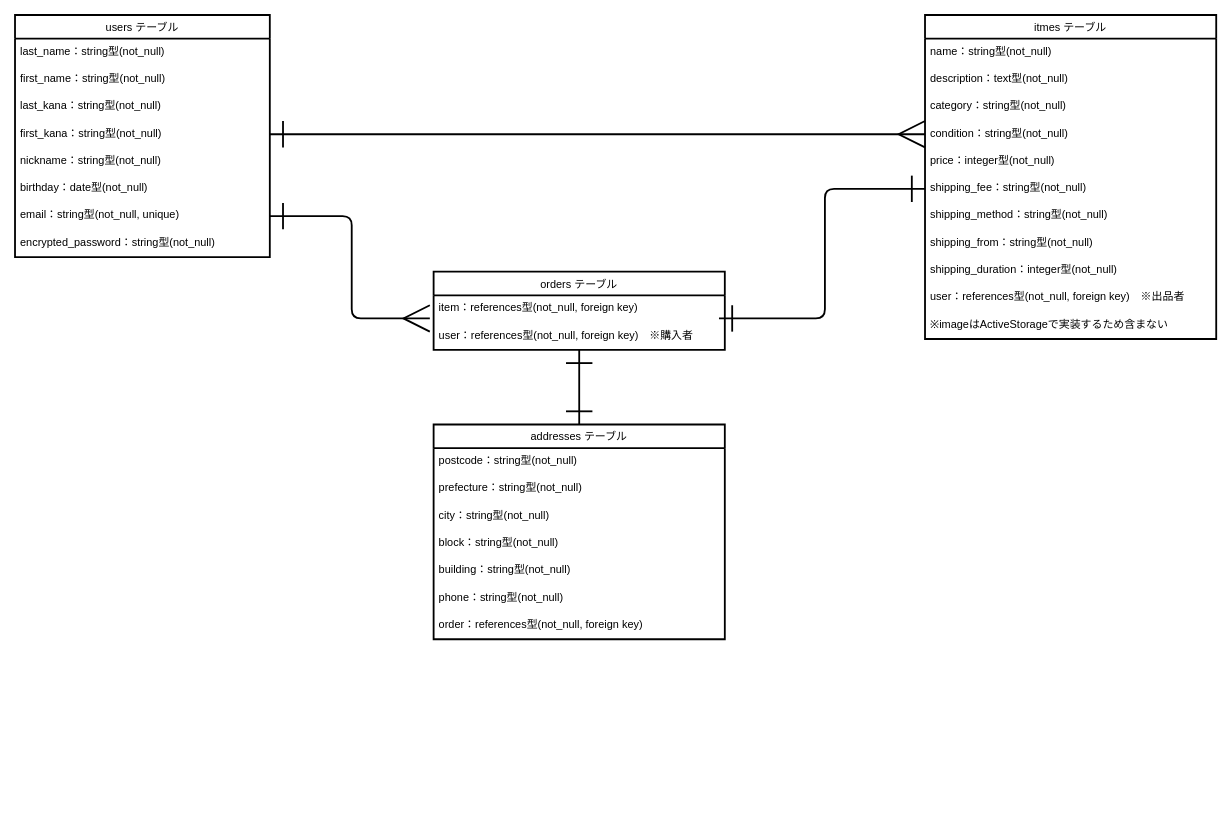
Above: furimaER.dio in sssan-tech/furima-41472 (draw.io), before the change. Source tidied: cells renumbered, new cells numbered last; positions are measured from the earlier drawing's top-left corner, leaving out a move shared by most shapes. Both pictures are drawn from the tidied source at 91%, with x=0, y=0 at pixel (15, 15).
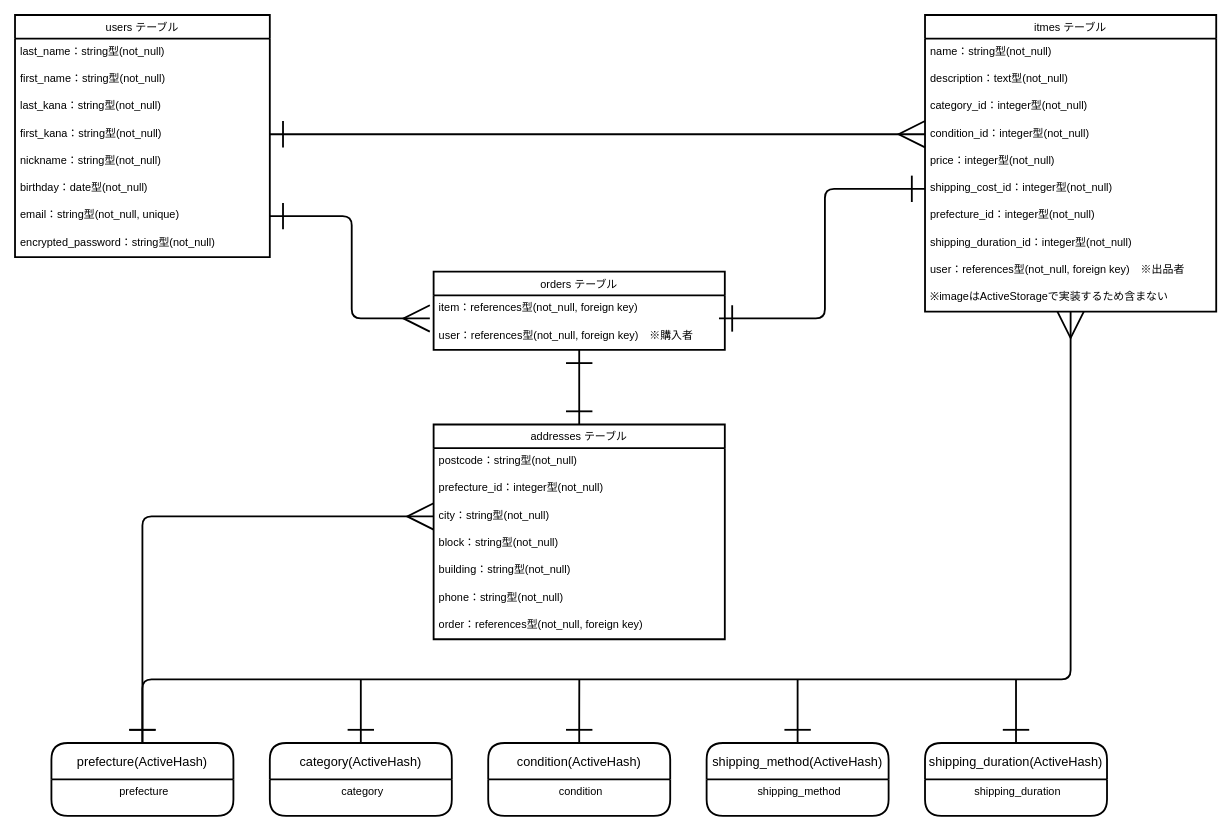
Above is the later version.

Commit message (it also covers changes not shown here):
ActiveHashテーブルの切分けとアソシエーション記載

Unchanged cells that the change refers to:
```xml
<mxCell id="25" value="user：references型(not_null, foreign key)　※購入者" style="text;spacingLeft=4;spacingRight=4;overflow=hidden;points=[[0,0.5],[1,0.5]];portConstraint=eastwest;fontSize=12;labelBackgroundColor=none;labelBorderColor=none;strokeWidth=2;" parent="23" vertex="1">
  <mxGeometry y="56" width="320" height="30" as="geometry" />
</mxCell>
<mxCell id="28" value="addresses テーブル" style="swimlane;fontStyle=0;horizontal=1;startSize=26;align=center;fontSize=12;labelBackgroundColor=none;labelBorderColor=none;strokeWidth=2;swimlaneFillColor=default;" parent="1" vertex="1">
  <mxGeometry x="460" y="450" width="320" height="236" as="geometry" />
</mxCell>
<mxCell id="31" value="city：string型(not_null)&#10;" style="text;spacingLeft=4;spacingRight=4;overflow=hidden;points=[[0,0.5],[1,0.5]];portConstraint=eastwest;fontSize=12;labelBackgroundColor=none;labelBorderColor=none;strokeWidth=2;" parent="28" vertex="1">
  <mxGeometry y="86" width="320" height="30" as="geometry" />
</mxCell>
```

Change to the diagram source:
```diff
@@
     <mxCell id="11" value="itmes テーブル" style="swimlane;fontStyle=0;horizontal=1;startSize=26;align=center;fontSize=12;labelBackgroundColor=none;labelBorderColor=none;strokeWidth=2;swimlaneFillColor=default;gradientColor=none;" parent="1" vertex="1">
-      <mxGeometry x="1000" width="320" height="356" as="geometry" />
+      <mxGeometry x="1000" width="320" height="326" as="geometry" />
     </mxCell>
@@
-    <mxCell id="14" value="category：string型(not_null)" style="text;spacingLeft=4;spacingRight=4;overflow=hidden;fontSize=12;labelBackgroundColor=none;labelBorderColor=none;strokeWidth=2;" parent="11" vertex="1">
+    <mxCell id="14" value="category_id：integer型(not_null)" style="text;spacingLeft=4;spacingRight=4;overflow=hidden;fontSize=12;labelBackgroundColor=none;labelBorderColor=none;strokeWidth=2;" parent="11" vertex="1">
       <mxGeometry y="86" width="320" height="30" as="geometry" />
     </mxCell>
-    <mxCell id="15" value="condition：string型(not_null)" style="text;spacingLeft=4;spacingRight=4;overflow=hidden;points=[[0,0.5],[1,0.5]];portConstraint=eastwest;fontSize=12;labelBackgroundColor=none;labelBorderColor=none;strokeWidth=2;" parent="11" vertex="1">
+    <mxCell id="15" value="condition_id：integer型(not_null)" style="text;spacingLeft=4;spacingRight=4;overflow=hidden;points=[[0,0.5],[1,0.5]];portConstraint=eastwest;fontSize=12;labelBackgroundColor=none;labelBorderColor=none;strokeWidth=2;" parent="11" vertex="1">
       <mxGeometry y="116" width="320" height="30" as="geometry" />
     </mxCell>
@@
-    <mxCell id="17" value="shipping_fee：string型(not_null)" style="text;spacingLeft=4;spacingRight=4;overflow=hidden;points=[[0,0.5],[1,0.5]];portConstraint=eastwest;fontSize=12;labelBackgroundColor=none;labelBorderColor=none;strokeWidth=2;" parent="11" vertex="1">
-      <mxGeometry y="176" width="320" height="30" as="geometry" />
-    </mxCell>
-    <mxCell id="18" value="shipping_method：string型(not_null)&#10;" style="text;spacingLeft=4;spacingRight=4;overflow=hidden;points=[[0,0.5],[1,0.5]];portConstraint=eastwest;fontSize=12;labelBackgroundColor=none;labelBorderColor=none;strokeWidth=2;" parent="11" vertex="1">
-      <mxGeometry y="206" width="320" height="30" as="geometry" />
+    <mxCell id="18" value="shipping_cost_id：integer型(not_null)&#10;" style="text;spacingLeft=4;spacingRight=4;overflow=hidden;points=[[0,0.5],[1,0.5]];portConstraint=eastwest;fontSize=12;labelBackgroundColor=none;labelBorderColor=none;strokeWidth=2;" parent="11" vertex="1">
+      <mxGeometry y="176" width="320" height="30" as="geometry" />
     </mxCell>
-    <mxCell id="19" value="shipping_from：string型(not_null)&#10;" style="text;spacingLeft=4;spacingRight=4;overflow=hidden;fontSize=12;labelBackgroundColor=none;labelBorderColor=none;strokeWidth=2;" parent="11" vertex="1">
-      <mxGeometry y="236" width="320" height="30" as="geometry" />
+    <mxCell id="19" value="prefecture_id：integer型(not_null)&#10;" style="text;spacingLeft=4;spacingRight=4;overflow=hidden;fontSize=12;labelBackgroundColor=none;labelBorderColor=none;strokeWidth=2;" parent="11" vertex="1">
+      <mxGeometry y="206" width="320" height="30" as="geometry" />
     </mxCell>
-    <mxCell id="20" value="shipping_duration：integer型(not_null)&#10;" style="text;spacingLeft=4;spacingRight=4;overflow=hidden;fontSize=12;labelBackgroundColor=none;labelBorderColor=none;strokeWidth=2;" parent="11" vertex="1">
-      <mxGeometry y="266" width="320" height="30" as="geometry" />
+    <mxCell id="20" value="shipping_duration_id：integer型(not_null)&#10;" style="text;spacingLeft=4;spacingRight=4;overflow=hidden;fontSize=12;labelBackgroundColor=none;labelBorderColor=none;strokeWidth=2;" parent="11" vertex="1">
+      <mxGeometry y="236" width="320" height="30" as="geometry" />
     </mxCell>
     <mxCell id="21" value="user：references型(not_null, foreign key)　※出品者" style="text;spacingLeft=4;spacingRight=4;overflow=hidden;fontSize=12;labelBackgroundColor=none;labelBorderColor=none;strokeWidth=2;" parent="11" vertex="1">
-      <mxGeometry y="296" width="320" height="30" as="geometry" />
+      <mxGeometry y="266" width="320" height="30" as="geometry" />
     </mxCell>
     <mxCell id="22" value="※imageはActiveStorageで実装するため含まない" style="text;spacingLeft=4;spacingRight=4;overflow=hidden;points=[[0,0.5],[1,0.5]];portConstraint=eastwest;fontSize=12;labelBackgroundColor=none;labelBorderColor=none;strokeWidth=2;" parent="11" vertex="1">
-      <mxGeometry y="326" width="320" height="30" as="geometry" />
+      <mxGeometry y="296" width="320" height="30" as="geometry" />
     </mxCell>
@@
-    <mxCell id="30" value="prefecture：string型(not_null)&#10;" style="text;spacingLeft=4;spacingRight=4;overflow=hidden;fontSize=12;labelBackgroundColor=none;labelBorderColor=none;strokeWidth=2;" parent="28" vertex="1">
+    <mxCell id="30" value="prefecture_id：integer型(not_null)&#10;" style="text;spacingLeft=4;spacingRight=4;overflow=hidden;fontSize=12;labelBackgroundColor=none;labelBorderColor=none;strokeWidth=2;" parent="28" vertex="1">
       <mxGeometry y="56" width="320" height="30" as="geometry" />
     </mxCell>
@@
-    <mxCell id="37" style="edgeStyle=orthogonalEdgeStyle;exitX=0;exitY=0.5;exitDx=0;exitDy=0;entryX=0.98;entryY=-0.152;entryDx=0;entryDy=0;startArrow=ERone;startFill=0;endArrow=ERone;endFill=0;startSize=26;endSize=26;labelBackgroundColor=none;labelBorderColor=none;fontSize=12;fontColor=default;strokeWidth=2;entryPerimeter=0;" parent="1" edge="1" source="17" target="25">
+    <mxCell id="37" style="edgeStyle=orthogonalEdgeStyle;exitX=0;exitY=0.5;exitDx=0;exitDy=0;entryX=0.98;entryY=-0.152;entryDx=0;entryDy=0;startArrow=ERone;startFill=0;endArrow=ERone;endFill=0;startSize=26;endSize=26;labelBackgroundColor=none;labelBorderColor=none;fontSize=12;fontColor=default;strokeWidth=2;entryPerimeter=0;" parent="1" edge="1" source="18" target="25">
       <mxGeometry relative="1" as="geometry" />
     </mxCell>
@@
+    <mxCell id="39" style="edgeStyle=orthogonalEdgeStyle;elbow=vertical;html=0;exitX=0.5;exitY=0;exitDx=0;exitDy=0;entryX=0;entryY=0.5;entryDx=0;entryDy=0;labelBackgroundColor=none;labelBorderColor=none;strokeWidth=2;fontSize=12;fontColor=default;startArrow=ERone;startFill=0;endArrow=ERmany;endFill=0;startSize=26;endSize=26;" parent="1" edge="1" source="40" target="31">
+      <mxGeometry relative="1" as="geometry" />
+    </mxCell>
+    <mxCell id="40" value="prefecture(ActiveHash)" style="swimlane;horizontal=1;startSize=40;rounded=1;fontSize=14;fontStyle=0;strokeWidth=2;shadow=0;dashed=0;align=center;labelBackgroundColor=none;labelBorderColor=none;fontColor=default;gradientColor=none;html=0;swimlaneFillColor=default;" parent="1" vertex="1">
+      <mxGeometry x="40" y="800" width="200" height="80" as="geometry" />
+    </mxCell>
+    <mxCell id="41" value="prefecture" style="align=center;strokeColor=none;fillColor=none;spacingLeft=4;fontSize=12;verticalAlign=top;labelBackgroundColor=none;labelBorderColor=none;strokeWidth=2;fontColor=default;html=0;" parent="40" vertex="1">
+      <mxGeometry y="40" width="200" height="40" as="geometry" />
+    </mxCell>
+    <mxCell id="42" style="edgeStyle=elbowEdgeStyle;html=0;exitX=0.5;exitY=0;exitDx=0;exitDy=0;labelBackgroundColor=none;labelBorderColor=none;strokeWidth=2;fontSize=12;fontColor=default;startArrow=ERone;startFill=0;endArrow=ERmany;endFill=0;startSize=26;endSize=26;elbow=vertical;" parent="1" edge="1" source="40" target="22">
+      <mxGeometry relative="1" as="geometry">
+        <Array as="points">
+          <mxPoint x="780" y="730" />
+        </Array>
+      </mxGeometry>
+    </mxCell>
+    <mxCell id="43" style="edgeStyle=elbowEdgeStyle;elbow=vertical;html=0;exitX=0.5;exitY=0;exitDx=0;exitDy=0;labelBackgroundColor=none;labelBorderColor=none;strokeWidth=2;fontSize=12;fontColor=default;startArrow=ERone;startFill=0;endArrow=none;endFill=0;startSize=26;endSize=26;" parent="1" edge="1" source="44">
+      <mxGeometry relative="1" as="geometry">
+        <mxPoint x="380" y="730" as="targetPoint" />
+      </mxGeometry>
+    </mxCell>
+    <mxCell id="44" value="category(ActiveHash)" style="swimlane;horizontal=1;startSize=40;rounded=1;fontSize=14;fontStyle=0;strokeWidth=2;shadow=0;dashed=0;align=center;labelBackgroundColor=none;labelBorderColor=none;fontColor=default;gradientColor=none;html=0;swimlaneFillColor=default;" parent="1" vertex="1">
+      <mxGeometry x="280" y="800" width="200" height="80" as="geometry" />
+    </mxCell>
+    <mxCell id="45" value="category" style="align=center;strokeColor=none;fillColor=none;spacingLeft=4;fontSize=12;verticalAlign=top;labelBackgroundColor=none;labelBorderColor=none;strokeWidth=2;fontColor=default;html=0;" parent="44" vertex="1">
+      <mxGeometry y="40" width="200" height="40" as="geometry" />
+    </mxCell>
+    <mxCell id="46" style="edgeStyle=elbowEdgeStyle;elbow=vertical;html=0;exitX=0.5;exitY=0;exitDx=0;exitDy=0;labelBackgroundColor=none;labelBorderColor=none;strokeWidth=2;fontSize=12;fontColor=default;startArrow=ERone;startFill=0;endArrow=none;endFill=0;startSize=26;endSize=26;" parent="1" edge="1" source="47">
+      <mxGeometry relative="1" as="geometry">
+        <mxPoint x="620.1" y="730" as="targetPoint" />
+      </mxGeometry>
+    </mxCell>
+    <mxCell id="47" value="condition(ActiveHash)" style="swimlane;horizontal=1;startSize=40;rounded=1;fontSize=14;fontStyle=0;strokeWidth=2;shadow=0;dashed=0;align=center;labelBackgroundColor=none;labelBorderColor=none;fontColor=default;gradientColor=none;html=0;swimlaneFillColor=default;" parent="1" vertex="1">
+      <mxGeometry x="520" y="800" width="200" height="80" as="geometry" />
+    </mxCell>
+    <mxCell id="48" value="condition" style="align=center;strokeColor=none;fillColor=none;spacingLeft=4;fontSize=12;verticalAlign=top;labelBackgroundColor=none;labelBorderColor=none;strokeWidth=2;fontColor=default;html=0;" parent="47" vertex="1">
+      <mxGeometry y="40" width="200" height="40" as="geometry" />
+    </mxCell>
+    <mxCell id="49" style="edgeStyle=elbowEdgeStyle;elbow=vertical;html=0;exitX=0.5;exitY=0;exitDx=0;exitDy=0;labelBackgroundColor=none;labelBorderColor=none;strokeWidth=2;fontSize=12;fontColor=default;startArrow=ERone;startFill=0;endArrow=none;endFill=0;startSize=26;endSize=26;" parent="1" edge="1" source="50">
+      <mxGeometry relative="1" as="geometry">
+        <mxPoint x="1100" y="730" as="targetPoint" />
+      </mxGeometry>
+    </mxCell>
+    <mxCell id="50" value="shipping_duration(ActiveHash)" style="swimlane;horizontal=1;startSize=40;rounded=1;fontSize=14;fontStyle=0;strokeWidth=2;shadow=0;dashed=0;align=center;labelBackgroundColor=none;labelBorderColor=none;fontColor=default;gradientColor=none;html=0;swimlaneFillColor=default;" parent="1" vertex="1">
+      <mxGeometry x="1000" y="800" width="200" height="80" as="geometry" />
+    </mxCell>
+    <mxCell id="51" value="shipping_duration" style="align=center;strokeColor=none;fillColor=none;spacingLeft=4;fontSize=12;verticalAlign=top;labelBackgroundColor=none;labelBorderColor=none;strokeWidth=2;fontColor=default;html=0;" parent="50" vertex="1">
+      <mxGeometry y="40" width="200" height="40" as="geometry" />
+    </mxCell>
+    <mxCell id="52" style="edgeStyle=elbowEdgeStyle;elbow=vertical;html=0;exitX=0.5;exitY=0;exitDx=0;exitDy=0;labelBackgroundColor=none;labelBorderColor=none;strokeWidth=2;fontSize=12;fontColor=default;startArrow=ERone;startFill=0;endArrow=none;endFill=0;startSize=26;endSize=26;" parent="1" edge="1" source="53">
+      <mxGeometry relative="1" as="geometry">
+        <mxPoint x="860" y="730" as="targetPoint" />
+      </mxGeometry>
+    </mxCell>
+    <mxCell id="53" value="shipping_method(ActiveHash)" style="swimlane;horizontal=1;startSize=40;rounded=1;fontSize=14;fontStyle=0;strokeWidth=2;shadow=0;dashed=0;align=center;labelBackgroundColor=none;labelBorderColor=none;fontColor=default;gradientColor=none;html=0;swimlaneFillColor=default;" parent="1" vertex="1">
+      <mxGeometry x="760" y="800" width="200" height="80" as="geometry" />
+    </mxCell>
+    <mxCell id="54" value="shipping_method" style="align=center;strokeColor=none;fillColor=none;spacingLeft=4;fontSize=12;verticalAlign=top;labelBackgroundColor=none;labelBorderColor=none;strokeWidth=2;fontColor=default;html=0;" parent="53" vertex="1">
+      <mxGeometry y="40" width="200" height="40" as="geometry" />
+    </mxCell>
```
